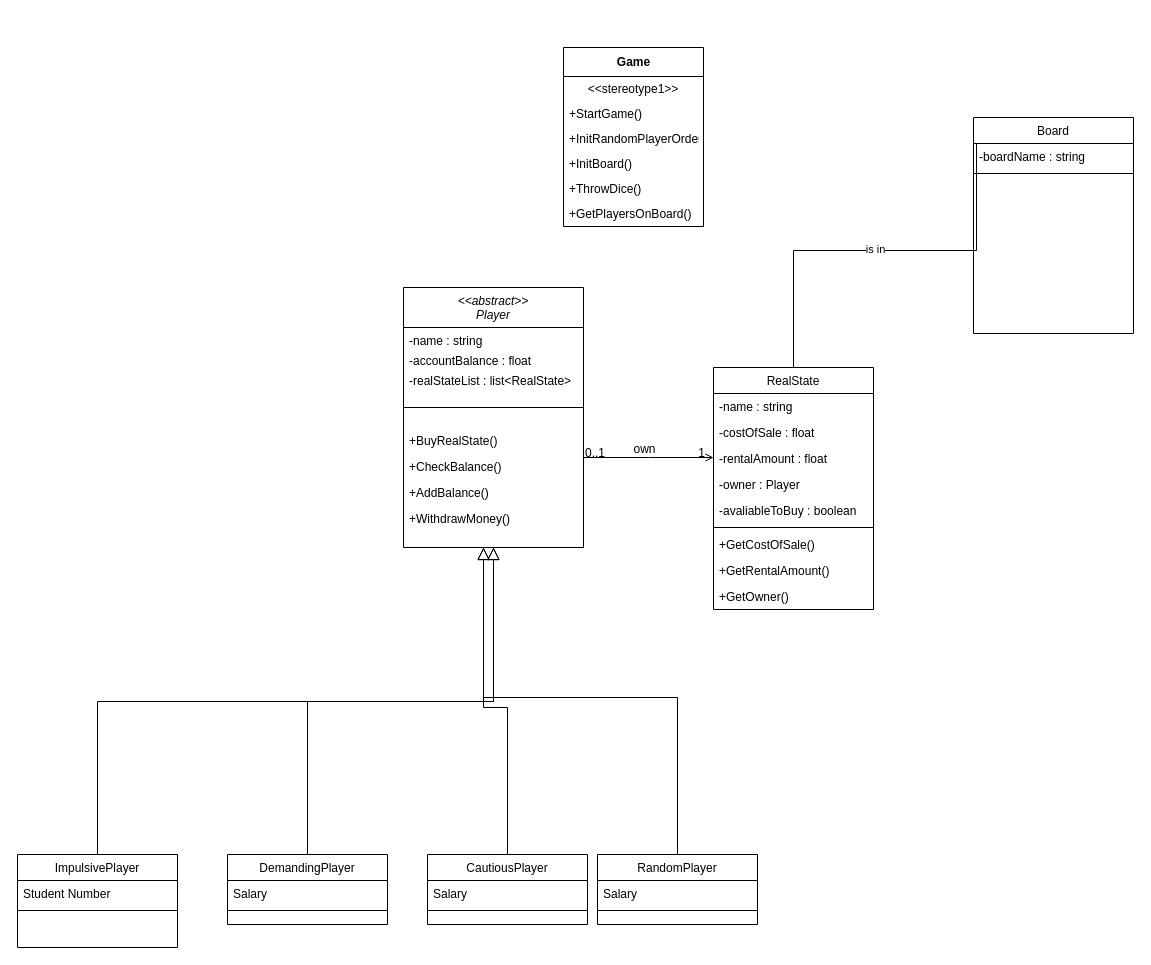
This is ClassDiagram.drawio from abelgonzalez/Monopoly, a draw.io file, before an edit. Source tidied: cells renumbered, new cells numbered last; positions are measured from the earlier drawing's top-left corner, leaving out a move shared by most shapes. Both pictures are drawn from the tidied source at 100%, with x=0, y=0 at pixel (17, 47).
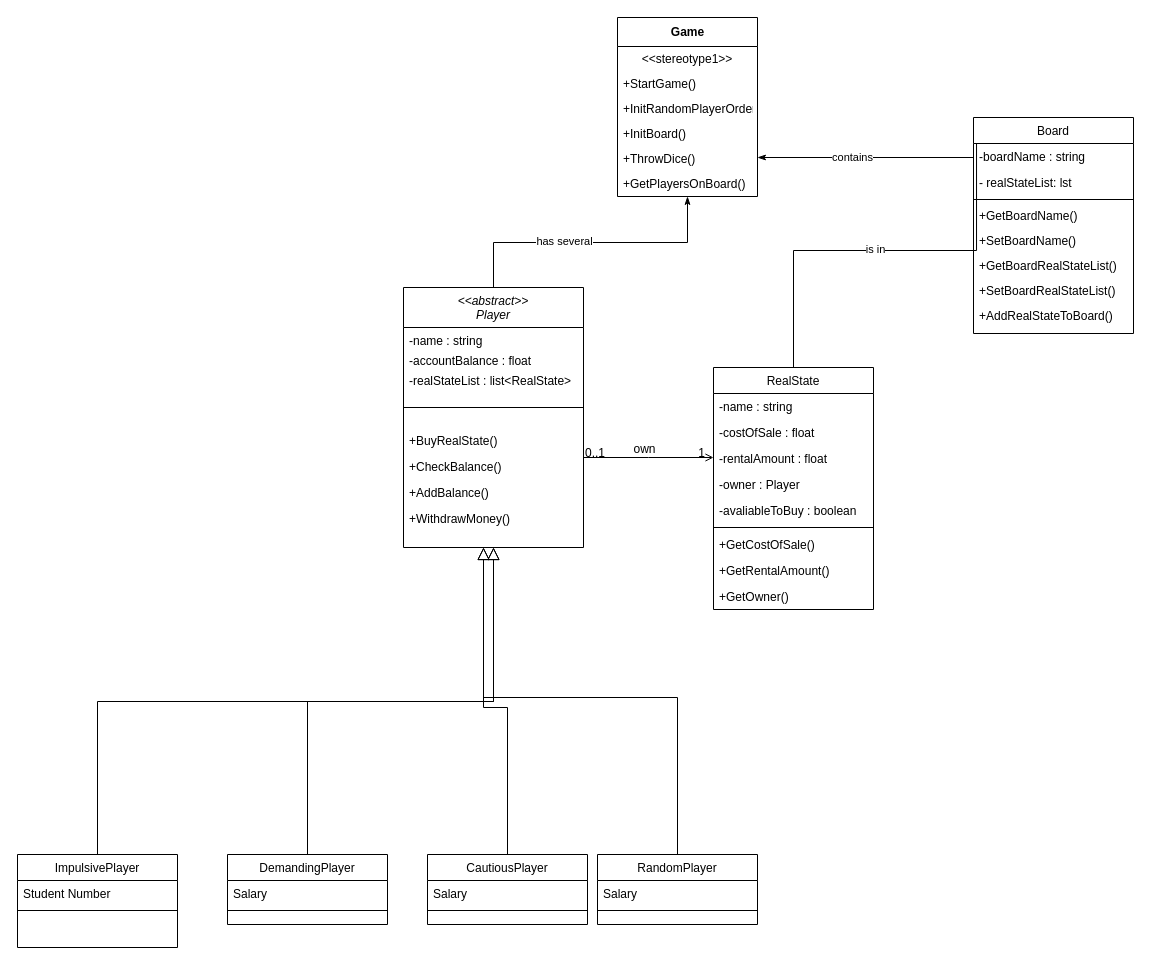
Above is the later version.

Unchanged cells that the change refers to:
```xml
<mxCell id="2" value="&lt;&lt;abstract&gt;&gt;&#10;Player" style="swimlane;fontStyle=2;align=center;verticalAlign=top;horizontal=1;startSize=40;rounded=0;shadow=0;strokeWidth=1;" parent="1" vertex="1">
  <mxGeometry x="386" y="240" width="180" height="260" as="geometry" />
</mxCell>
<mxCell id="50" value="Board" style="swimlane;fontStyle=0;align=center;verticalAlign=top;horizontal=1;startSize=26;rounded=0;shadow=0;strokeWidth=1;" parent="1" vertex="1">
  <mxGeometry x="956" y="70" width="160" height="216" as="geometry" />
</mxCell>
```

Diff of the diagram source:
```diff
@@
+    <mxCell id="53" style="edgeStyle=elbowEdgeStyle;rounded=0;jettySize=auto;elbow=vertical;html=1;endArrow=classicThin;endFill=1;" parent="1" edge="1" source="2" target="35">
+      <mxGeometry relative="1" as="geometry" />
+    </mxCell>
+    <mxCell id="54" value="has several" style="edgeLabel;html=1;align=center;verticalAlign=middle;" parent="53" vertex="1">
+      <mxGeometry x="-0.19" y="2" relative="1" as="geometry" />
+    </mxCell>
@@
     <mxCell id="35" value="Game" style="swimlane;fontStyle=1;align=center;verticalAlign=middle;horizontal=1;startSize=29;html=1;" parent="1" vertex="1">
-      <mxGeometry x="546" width="140" height="179" as="geometry" />
+      <mxGeometry x="600" y="-30" width="140" height="179" as="geometry" />
     </mxCell>
@@
+    <mxCell id="55" style="edgeStyle=elbowEdgeStyle;rounded=0;jettySize=auto;elbow=vertical;html=1;endArrow=classicThin;endFill=1;" parent="1" edge="1" source="50" target="35">
+      <mxGeometry relative="1" as="geometry" />
+    </mxCell>
+    <mxCell id="56" value="contains" style="edgeLabel;html=1;align=center;verticalAlign=middle;" parent="55" vertex="1">
+      <mxGeometry x="0.13" y="-1" relative="1" as="geometry" />
+    </mxCell>
@@
+    <mxCell id="57" value="- realStateList: lst" style="text;align=left;verticalAlign=top;spacingLeft=4;spacingRight=4;overflow=hidden;rounded=0;shadow=0;html=0;" parent="50" vertex="1">
+      <mxGeometry y="52" width="160" height="26" as="geometry" />
+    </mxCell>
     <mxCell id="52" style="line;html=1;strokeWidth=1;align=left;verticalAlign=middle;spacingTop=-1;spacingLeft=3;spacingRight=3;labelPosition=right;" parent="50" vertex="1">
-      <mxGeometry y="52" width="160" height="8" as="geometry" />
+      <mxGeometry y="78" width="160" height="8" as="geometry" />
     </mxCell>
+    <mxCell id="58" value="+GetBoardName()" style="text;html=1;strokeColor=none;fillColor=none;align=left;verticalAlign=middle;spacingLeft=4;spacingRight=4;overflow=hidden;" parent="50" vertex="1">
+      <mxGeometry y="86" width="160" height="25" as="geometry" />
+    </mxCell>
+    <mxCell id="59" value="+SetBoardName()" style="text;html=1;strokeColor=none;fillColor=none;align=left;verticalAlign=middle;spacingLeft=4;spacingRight=4;overflow=hidden;" parent="50" vertex="1">
+      <mxGeometry y="111" width="160" height="25" as="geometry" />
+    </mxCell>
+    <mxCell id="60" value="+GetBoardRealStateList()" style="text;html=1;strokeColor=none;fillColor=none;align=left;verticalAlign=middle;spacingLeft=4;spacingRight=4;overflow=hidden;" parent="50" vertex="1">
+      <mxGeometry y="136" width="160" height="25" as="geometry" />
+    </mxCell>
+    <mxCell id="61" value="+SetBoardRealStateList()" style="text;html=1;strokeColor=none;fillColor=none;align=left;verticalAlign=middle;spacingLeft=4;spacingRight=4;overflow=hidden;" parent="50" vertex="1">
+      <mxGeometry y="161" width="160" height="25" as="geometry" />
+    </mxCell>
+    <mxCell id="62" value="+AddRealStateToBoard()" style="text;html=1;strokeColor=none;fillColor=none;align=left;verticalAlign=middle;spacingLeft=4;spacingRight=4;overflow=hidden;" parent="50" vertex="1">
+      <mxGeometry y="186" width="160" height="25" as="geometry" />
+    </mxCell>
```
